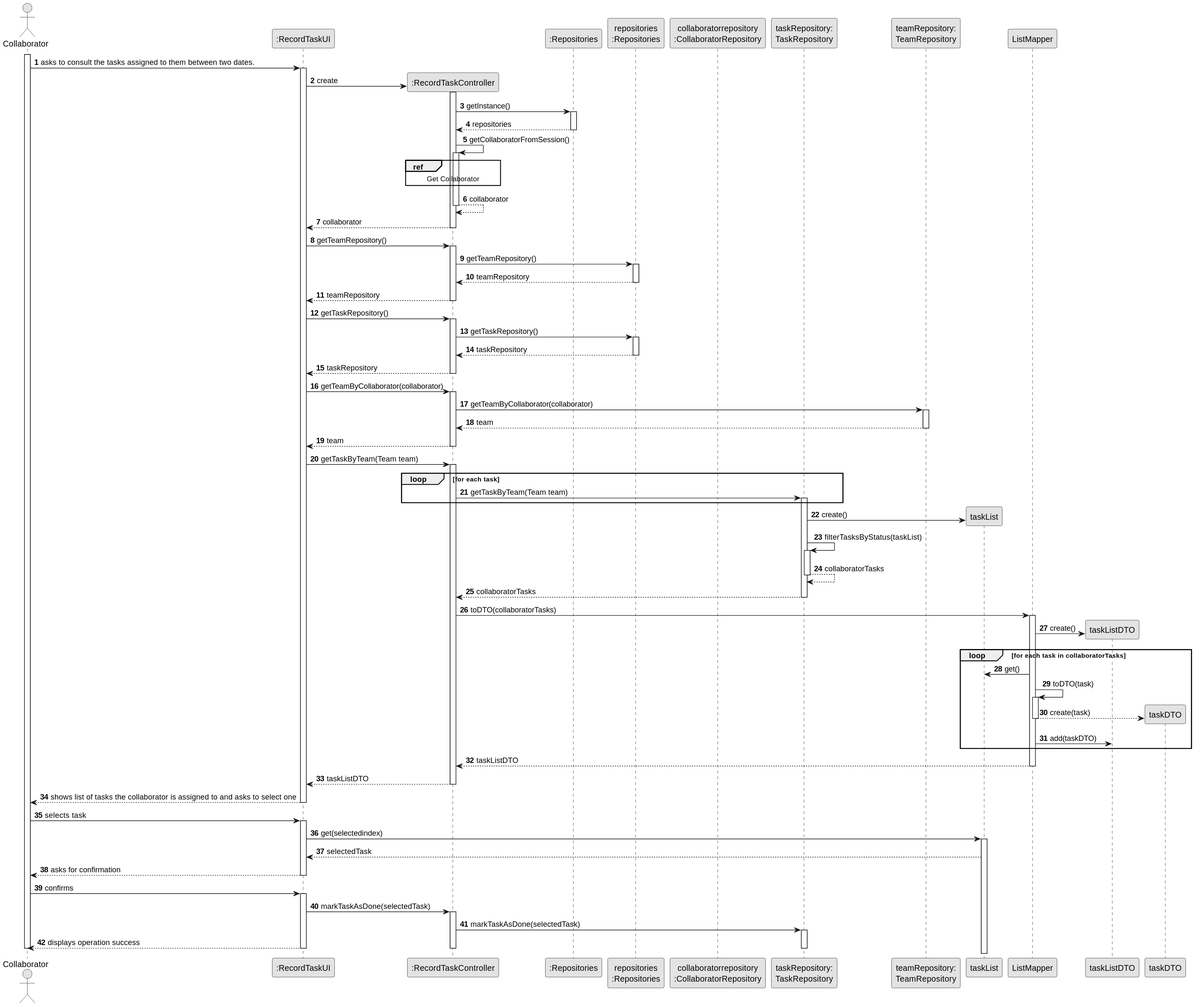
Above: docs/sprint3/us029/03.design/svg/us029-sequence-diagram-full.svg in tiagosoa/lei-24-s2-1dgh-g073 (PlantUML), before the change. Its diagram source:
```plantuml
@startuml
skinparam monochrome true
skinparam packageStyle rectangle
skinparam shadowing false

autonumber

actor "Collaborator" as ADM
participant ":RecordTaskUI" as UI
participant ":RecordTaskController" as CTRL
participant ":Repositories" as RepositorySingleton
participant "repositories\n:Repositories" as PLAT
participant "collaboratorrepository\n:CollaboratorRepository" as CR
participant "taskRepository:\nTaskRepository" as TAR
participant "teamRepository:\nTeamRepository" as TER
participant "taskList" as TL
participant "ListMapper" as LM
participant "taskListDTO" as TLDTO
participant "taskDTO" as TDTO


activate ADM

        ADM -> UI : asks to consult the tasks assigned to them between two dates.

        activate UI

            UI -> CTRL** : create
            activate CTRL

                                  CTRL -> RepositorySingleton : getInstance()
                                                    activate RepositorySingleton

                                                        RepositorySingleton --> CTRL: repositories
                                                    deactivate RepositorySingleton

                                                     CTRL -> CTRL : getCollaboratorFromSession()
                                                     activate CTRL

                                                     ref over CTRL
                                                     Get Collaborator
                                                     end

                                                         CTRL --> CTRL : collaborator
                                                     deactivate CTRL

                                                     CTRL --> UI : collaborator
                                                     deactivate CTRL

            UI -> CTRL : getTeamRepository()
            activate CTRL

                CTRL -> PLAT : getTeamRepository()
                activate PLAT

           PLAT --> CTRL : teamRepository
           deactivate PLAT

           CTRL --> UI : teamRepository
           deactivate CTRL

                       UI -> CTRL : getTaskRepository()
                       activate CTRL

                           CTRL -> PLAT : getTaskRepository()
                           activate PLAT

                      PLAT --> CTRL : taskRepository
                      deactivate PLAT

                      CTRL --> UI : taskRepository
                      deactivate CTRL

                    UI -> CTRL : getTeamByCollaborator(collaborator)
                    activate CTRL

                        CTRL -> TER : getTeamByCollaborator(collaborator)
                        activate TER

                   TER --> CTRL : team
                   deactivate TER

                   CTRL --> UI : team
                   deactivate CTRL
            UI -> CTRL: getTaskByTeam(Team team)
            activate CTRL

            loop for each task
                CTRL -> TAR : getTaskByTeam(Team team)
                activate TAR
            end


            TAR -> TL**: create()


           TAR -> TAR: filterTasksByStatus(taskList)
           activate TAR

           TAR --> TAR: collaboratorTasks
           deactivate TAR

            TAR --> CTRL: collaboratorTasks
            deactivate TAR

            CTRL -> LM: toDTO(collaboratorTasks)
            activate LM

            LM -> TLDTO**: create()

            loop for each task in collaboratorTasks

            LM -> TL: get()

            LM -> LM: toDTO(task)
            activate LM

            LM --> TDTO**: create(task)
            deactivate LM

            LM -> TLDTO: add(taskDTO)
            end

                            LM --> CTRL : taskListDTO

                        deactivate LM

                        CTRL --> UI : taskListDTO
                        deactivate CTRL
        UI --> ADM: shows list of tasks the collaborator is assigned to and asks to select one
        deactivate UI

        ADM -> UI: selects task
        activate UI

        UI -> TL: get(selectedindex)
        activate TL

        TL --> UI: selectedTask

                UI --> ADM: asks for confirmation
                deactivate UI

                ADM -> UI: confirms
                activate UI






        UI -> CTRL : markTaskAsDone(selectedTask)
        activate CTRL

        CTRL -> TAR : markTaskAsDone(selectedTask)
        activate TAR


            UI --> ADM: displays operation success
            deactivate CTRL
            deactivate TAR
    deactivate UI

deactivate ADM
@enduml
```
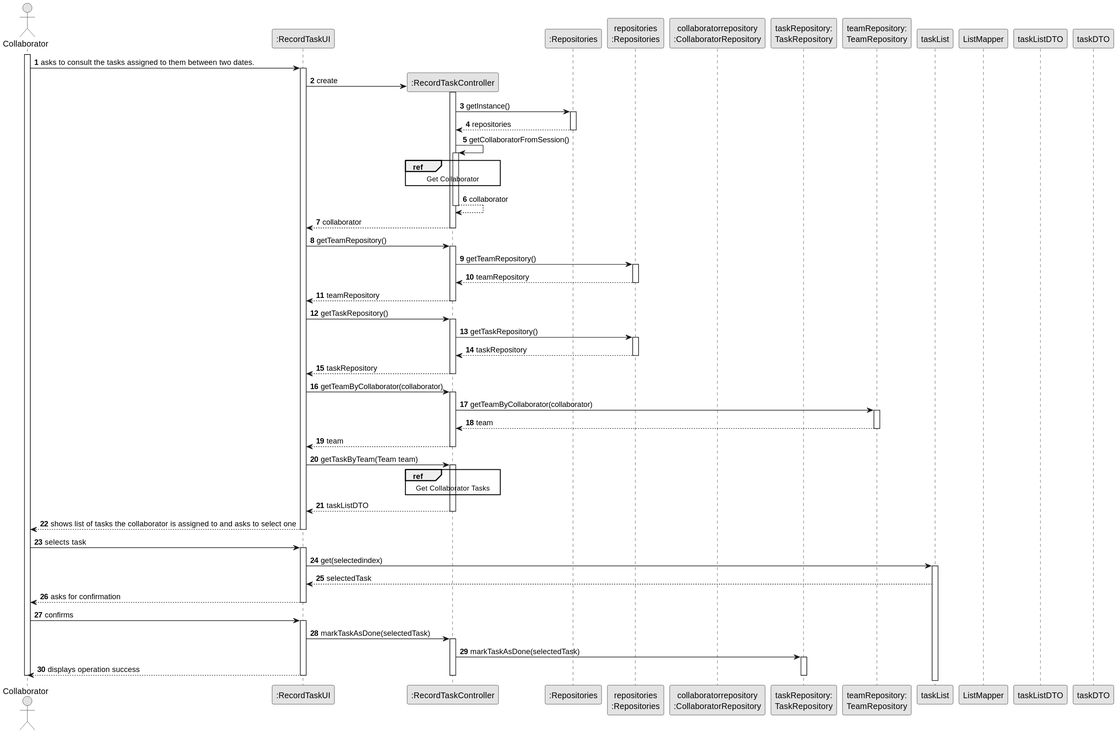
After the change.

Change to the diagram source:
```diff
@@ -85,45 +85,9 @@
             UI -> CTRL: getTaskByTeam(Team team)
             activate CTRL
 
-            loop for each task
-                CTRL -> TAR : getTaskByTeam(Team team)
-                activate TAR
+            ref over CTRL
+            Get Collaborator Tasks
             end
-
-
-            TAR -> TL**: create()
-
-
-           TAR -> TAR: filterTasksByStatus(taskList)
-           activate TAR
-
-           TAR --> TAR: collaboratorTasks
-           deactivate TAR
-
-            TAR --> CTRL: collaboratorTasks
-            deactivate TAR
-
-            CTRL -> LM: toDTO(collaboratorTasks)
-            activate LM
-
-            LM -> TLDTO**: create()
-
-            loop for each task in collaboratorTasks
-
-            LM -> TL: get()
-
-            LM -> LM: toDTO(task)
-            activate LM
-
-            LM --> TDTO**: create(task)
-            deactivate LM
-
-            LM -> TLDTO: add(taskDTO)
-            end
-
-                            LM --> CTRL : taskListDTO
-
-                        deactivate LM
 
                         CTRL --> UI : taskListDTO
                         deactivate CTRL
```
